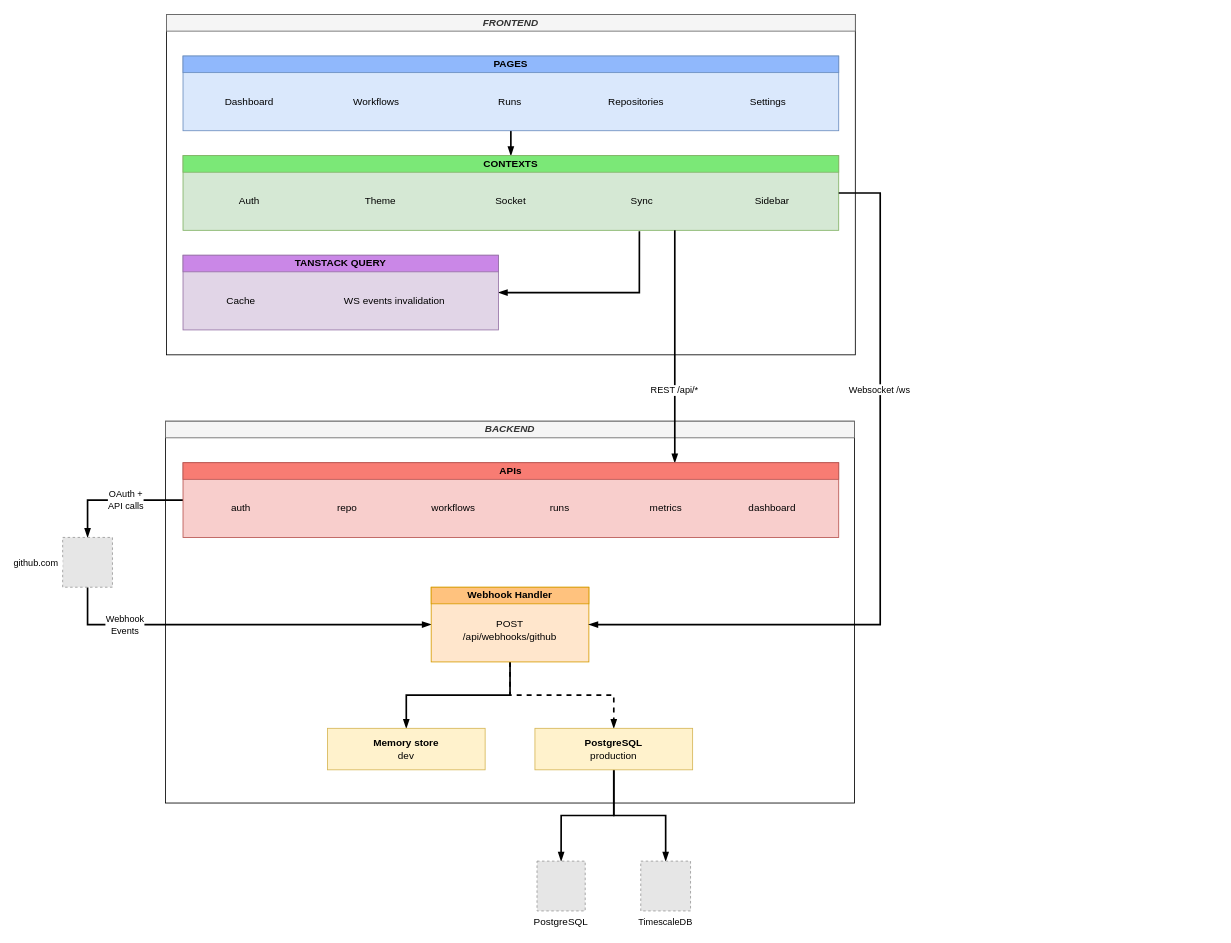
Before: docs/diagrams.drawio in banshee86vr/snorlx, a draw.io diagram. Source tidied: cells renumbered, new cells numbered last; positions are measured from the earlier drawing's top-left corner, leaving out a move shared by most shapes. Both pictures are drawn from the tidied source at 83%, with x=0, y=0 at pixel (62, 14). Pictures stored in the file or linked from it are replaced by grey dashed boxes.
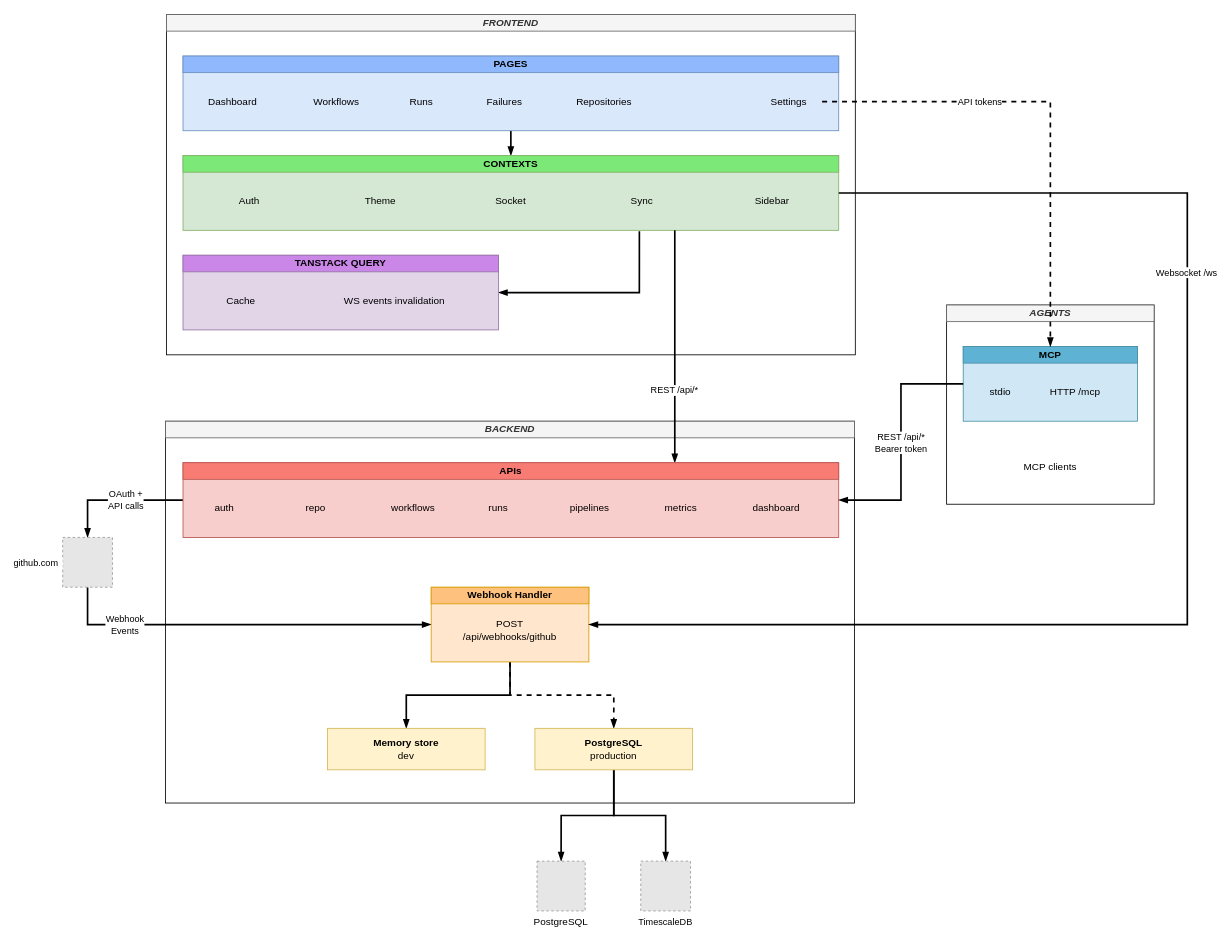
After the change.

Unchanged cells that the change refers to:
```xml
<mxCell id="12" style="rounded=0;whiteSpace=wrap;html=1;fillColor=#d5e8d4;strokeColor=#82b366;fontFamily=Fira Code;" parent="1" vertex="1">
  <mxGeometry x="145" y="170" width="790" height="90" as="geometry" />
</mxCell>
<mxCell id="30" style="rounded=0;whiteSpace=wrap;html=1;fillColor=#f8cecc;strokeColor=#b85450;fontFamily=Fira Code;" parent="1" vertex="1">
  <mxGeometry x="145" y="540" width="790" height="90" as="geometry" />
</mxCell>
<mxCell id="43" value="&lt;div&gt;&lt;br&gt;&lt;/div&gt;POST&lt;div&gt;/api/webhooks/github&lt;/div&gt;" style="rounded=0;whiteSpace=wrap;html=1;fillColor=#ffe6cc;strokeColor=#d79b00;fontFamily=Fira Code;" parent="1" vertex="1">
  <mxGeometry x="444" y="690" width="190" height="90" as="geometry" />
</mxCell>
```

Diff of the diagram source:
```diff
@@
     <mxCell id="6" value="Dashboard" style="text;html=1;whiteSpace=wrap;strokeColor=none;fillColor=none;align=center;verticalAlign=middle;rounded=0;fontFamily=Fira Code;" parent="1" vertex="1">
-      <mxGeometry x="185" y="90" width="80" height="30" as="geometry" />
+      <mxGeometry x="165" y="90" width="80" height="30" as="geometry" />
     </mxCell>
     <mxCell id="7" value="Workflows" style="text;html=1;whiteSpace=wrap;strokeColor=none;fillColor=none;align=center;verticalAlign=middle;rounded=0;fontFamily=Fira Code;" parent="1" vertex="1">
-      <mxGeometry x="348" y="90" width="60" height="30" as="geometry" />
+      <mxGeometry x="290" y="90" width="80" height="30" as="geometry" />
     </mxCell>
     <mxCell id="8" value="Runs" style="text;html=1;whiteSpace=wrap;strokeColor=none;fillColor=none;align=center;verticalAlign=middle;rounded=0;fontFamily=Fira Code;" parent="1" vertex="1">
-      <mxGeometry x="509" y="90" width="60" height="30" as="geometry" />
+      <mxGeometry x="405" y="90" width="55" height="30" as="geometry" />
     </mxCell>
+    <mxCell id="53" value="Failures" style="text;html=1;whiteSpace=wrap;strokeColor=none;fillColor=none;align=center;verticalAlign=middle;rounded=0;fontFamily=Fira Code;" parent="1" vertex="1">
+      <mxGeometry x="495" y="90" width="75" height="30" as="geometry" />
+    </mxCell>
     <mxCell id="9" value="Repositories" style="text;html=1;whiteSpace=wrap;strokeColor=none;fillColor=none;align=center;verticalAlign=middle;rounded=0;fontFamily=Fira Code;" parent="1" vertex="1">
-      <mxGeometry x="646" y="90" width="90" height="30" as="geometry" />
+      <mxGeometry x="605" y="90" width="95" height="30" as="geometry" />
     </mxCell>
     <mxCell id="10" value="Settings" style="text;html=1;whiteSpace=wrap;strokeColor=none;fillColor=none;align=center;verticalAlign=middle;rounded=0;fontFamily=Fira Code;" parent="1" vertex="1">
-      <mxGeometry x="805" y="90" width="90" height="30" as="geometry" />
+      <mxGeometry x="835" y="90" width="80" height="30" as="geometry" />
     </mxCell>
@@
     <mxCell id="32" value="auth" style="text;html=1;whiteSpace=wrap;strokeColor=none;fillColor=none;align=center;verticalAlign=middle;rounded=0;fontFamily=Fira Code;" parent="1" vertex="1">
-      <mxGeometry x="175" y="580" width="80" height="30" as="geometry" />
+      <mxGeometry x="160" y="580" width="70" height="30" as="geometry" />
     </mxCell>
     <mxCell id="33" value="repo" style="text;html=1;whiteSpace=wrap;strokeColor=none;fillColor=none;align=center;verticalAlign=middle;rounded=0;fontFamily=Fira Code;" parent="1" vertex="1">
-      <mxGeometry x="303" y="580" width="80" height="30" as="geometry" />
+      <mxGeometry x="270" y="580" width="70" height="30" as="geometry" />
     </mxCell>
     <mxCell id="34" value="workflows" style="text;html=1;whiteSpace=wrap;strokeColor=none;fillColor=none;align=center;verticalAlign=middle;rounded=0;fontFamily=Fira Code;" parent="1" vertex="1">
-      <mxGeometry x="431" y="580" width="80" height="30" as="geometry" />
+      <mxGeometry x="380" y="580" width="85" height="30" as="geometry" />
     </mxCell>
     <mxCell id="35" value="runs" style="text;html=1;whiteSpace=wrap;strokeColor=none;fillColor=none;align=center;verticalAlign=middle;rounded=0;fontFamily=Fira Code;" parent="1" vertex="1">
-      <mxGeometry x="559" y="580" width="80" height="30" as="geometry" />
+      <mxGeometry x="495" y="580" width="60" height="30" as="geometry" />
     </mxCell>
+    <mxCell id="54" value="pipelines" style="text;html=1;whiteSpace=wrap;strokeColor=none;fillColor=none;align=center;verticalAlign=middle;rounded=0;fontFamily=Fira Code;" parent="1" vertex="1">
+      <mxGeometry x="595" y="580" width="80" height="30" as="geometry" />
+    </mxCell>
     <mxCell id="36" value="metrics" style="text;html=1;whiteSpace=wrap;strokeColor=none;fillColor=none;align=center;verticalAlign=middle;rounded=0;fontFamily=Fira Code;" parent="1" vertex="1">
-      <mxGeometry x="687" y="580" width="80" height="30" as="geometry" />
+      <mxGeometry x="710" y="580" width="70" height="30" as="geometry" />
     </mxCell>
     <mxCell id="37" value="dashboard" style="text;html=1;whiteSpace=wrap;strokeColor=none;fillColor=none;align=center;verticalAlign=middle;rounded=0;fontFamily=Fira Code;" parent="1" vertex="1">
-      <mxGeometry x="815" y="580" width="80" height="30" as="geometry" />
+      <mxGeometry x="820" y="580" width="80" height="30" as="geometry" />
     </mxCell>
@@
     <mxCell id="45" style="edgeStyle=orthogonalEdgeStyle;shape=connector;rounded=0;jettySize=auto;html=1;entryX=1;entryY=0.5;entryDx=0;entryDy=0;strokeColor=default;strokeWidth=2;align=center;verticalAlign=middle;fontFamily=Fira Code;fontSize=11;fontColor=default;labelBackgroundColor=default;endArrow=blockThin;endFill=1;" parent="1" edge="1" source="12" target="43">
       <mxGeometry relative="1" as="geometry">
         <Array as="points">
-          <mxPoint x="985" y="215" />
-          <mxPoint x="985" y="735" />
+          <mxPoint x="1355" y="215" />
+          <mxPoint x="1355" y="735" />
         </Array>
       </mxGeometry>
     </mxCell>
@@
+    <mxCell id="55" style="rounded=0;whiteSpace=wrap;html=1;fontFamily=Fira Code;" parent="1" vertex="1">
+      <mxGeometry x="1065" y="350" width="250" height="240" as="geometry" />
+    </mxCell>
+    <mxCell id="56" value="AGENTS" style="rounded=0;whiteSpace=wrap;html=1;fontFamily=Fira Code;fillColor=#f5f5f5;fontColor=#333333;strokeColor=#666666;fontStyle=3;" parent="1" vertex="1">
+      <mxGeometry x="1065" y="350" width="250" height="20" as="geometry" />
+    </mxCell>
+    <mxCell id="57" style="rounded=0;whiteSpace=wrap;html=1;fillColor=#d0e8f5;strokeColor=#4a90a4;fontFamily=Fira Code;" parent="1" vertex="1">
+      <mxGeometry x="1085" y="400" width="210" height="90" as="geometry" />
+    </mxCell>
+    <mxCell id="58" value="MCP" style="rounded=0;whiteSpace=wrap;html=1;fillColor=#5EB3D4;strokeColor=#4a90a4;fontFamily=Fira Code;fontStyle=1;" parent="1" vertex="1">
+      <mxGeometry x="1085" y="400" width="210" height="20" as="geometry" />
+    </mxCell>
+    <mxCell id="59" value="stdio" style="text;html=1;whiteSpace=wrap;strokeColor=none;fillColor=none;align=center;verticalAlign=middle;rounded=0;fontFamily=Fira Code;" parent="1" vertex="1">
+      <mxGeometry x="1095" y="440" width="70" height="30" as="geometry" />
+    </mxCell>
+    <mxCell id="60" value="HTTP /mcp" style="text;html=1;whiteSpace=wrap;strokeColor=none;fillColor=none;align=center;verticalAlign=middle;rounded=0;fontFamily=Fira Code;" parent="1" vertex="1">
+      <mxGeometry x="1175" y="440" width="90" height="30" as="geometry" />
+    </mxCell>
+    <mxCell id="61" value="MCP clients" style="text;html=1;whiteSpace=wrap;strokeColor=none;fillColor=none;align=center;verticalAlign=middle;rounded=0;fontFamily=Fira Code;" parent="1" vertex="1">
+      <mxGeometry x="1085" y="530" width="210" height="30" as="geometry" />
+    </mxCell>
+    <mxCell id="62" style="edgeStyle=orthogonalEdgeStyle;shape=connector;rounded=0;jettySize=auto;html=1;exitX=0;exitY=0.5;exitDx=0;exitDy=0;entryX=1;entryY=0.5;entryDx=0;entryDy=0;strokeColor=default;strokeWidth=2;align=center;verticalAlign=middle;fontFamily=Fira Code;fontSize=11;fontColor=default;labelBackgroundColor=default;endArrow=blockThin;endFill=1;" parent="1" edge="1" source="57" target="30">
+      <mxGeometry relative="1" as="geometry" />
+    </mxCell>
+    <mxCell id="63" value="REST /api/*&lt;div&gt;Bearer token&lt;/div&gt;" style="edgeLabel;html=1;align=center;verticalAlign=middle;fontFamily=Fira Code;fontSize=11;fontColor=default;labelBackgroundColor=default;" parent="62" vertex="1">
+      <mxGeometry y="-1" relative="1" as="geometry" />
+    </mxCell>
+    <mxCell id="64" style="edgeStyle=orthogonalEdgeStyle;shape=connector;rounded=0;jettySize=auto;html=1;exitX=1;exitY=0.5;exitDx=0;exitDy=0;entryX=0.5;entryY=0;entryDx=0;entryDy=0;strokeColor=default;strokeWidth=2;dashed=1;align=center;verticalAlign=middle;fontFamily=Fira Code;fontSize=11;fontColor=default;labelBackgroundColor=default;endArrow=blockThin;endFill=1;" parent="1" edge="1" source="10" target="57">
+      <mxGeometry relative="1" as="geometry">
+        <Array as="points">
+          <mxPoint x="1190" y="105" />
+        </Array>
+      </mxGeometry>
+    </mxCell>
+    <mxCell id="65" value="API tokens" style="edgeLabel;html=1;align=center;verticalAlign=middle;fontFamily=Fira Code;fontSize=11;fontColor=default;labelBackgroundColor=default;" parent="64" vertex="1">
+      <mxGeometry x="-0.2" relative="1" as="geometry">
+        <mxPoint x="-39" as="offset" />
+      </mxGeometry>
+    </mxCell>
```
